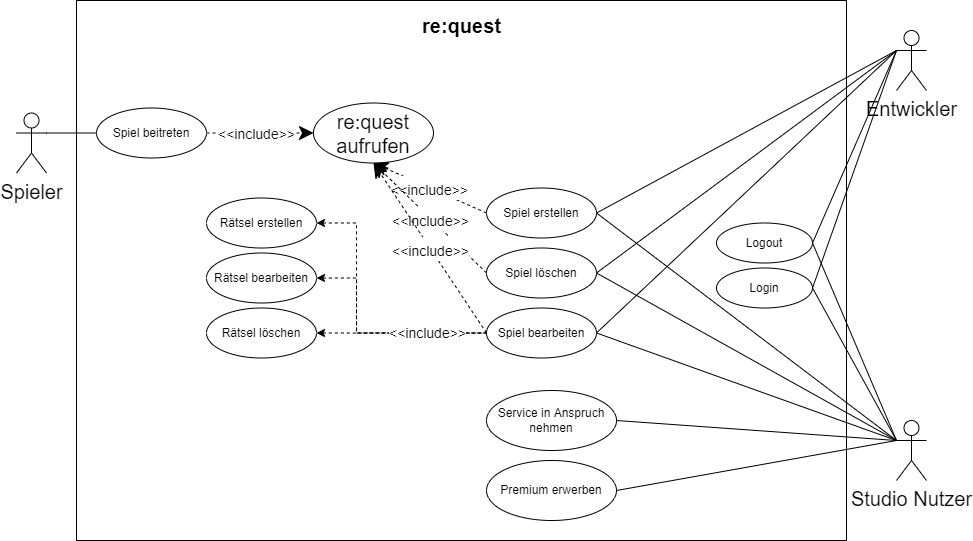
Above: first-uml-sketches/Mi2-6/Anwendungsfalldiagramm.png in re-quest-team/request (draw.io), before the change. Source tidied: cells renumbered, new cells last; positions are measured from the earlier drawing's top-left corner, leaving out a move shared by most shapes.
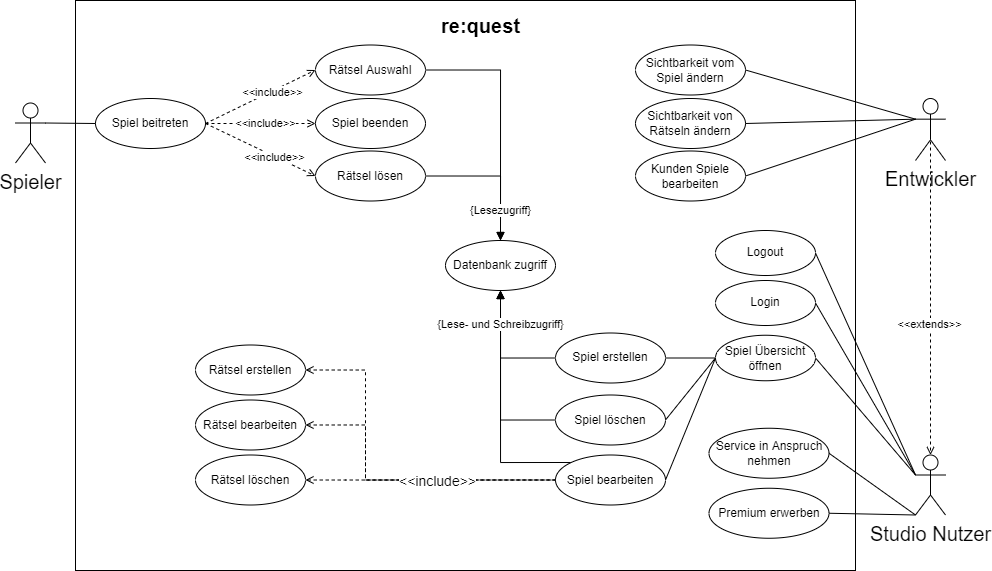
The same diagram one commit later.

What changed in the source:
```diff
@@ -3,135 +3,202 @@
     <mxCell id="0" />
     <mxCell id="1" parent="0" />
     <mxCell id="2" style="rounded=0;whiteSpace=wrap;html=1;" parent="1" vertex="1">
-      <mxGeometry x="60" width="770" height="540" as="geometry" />
+      <mxGeometry x="60" y="-290" width="780" height="570" as="geometry" />
     </mxCell>
     <mxCell id="3" value="Login" style="ellipse;whiteSpace=wrap;html=1;" parent="1" vertex="1">
-      <mxGeometry x="700" y="267.5" width="96" height="40" as="geometry" />
+      <mxGeometry x="700" y="-10" width="100" height="45" as="geometry" />
     </mxCell>
     <mxCell id="4" value="Logout" style="ellipse;whiteSpace=wrap;html=1;" parent="1" vertex="1">
-      <mxGeometry x="700" y="222.5" width="96" height="40" as="geometry" />
+      <mxGeometry x="700" y="-60" width="100" height="45" as="geometry" />
     </mxCell>
     <mxCell id="5" value="Spiel beitreten" style="ellipse;whiteSpace=wrap;html=1;" parent="1" vertex="1">
-      <mxGeometry x="80" y="107.5" width="110" height="50" as="geometry" />
+      <mxGeometry x="80" y="-192" width="110" height="50" as="geometry" />
     </mxCell>
     <mxCell id="6" value="re:quest" style="text;html=1;align=center;verticalAlign=middle;strokeColor=none;fillColor=none;fontSize=20;fontStyle=1;" parent="1" vertex="1">
-      <mxGeometry x="400" y="10" width="90" height="30" as="geometry" />
+      <mxGeometry x="420" y="-280" width="90" height="30" as="geometry" />
     </mxCell>
+    <mxCell id="40" style="edgeStyle=orthogonalEdgeStyle;rounded=0;jettySize=auto;html=1;exitX=0;exitY=0.5;exitDx=0;exitDy=0;startArrow=none;startFill=0;endArrow=block;endFill=1;" parent="1" edge="1" source="7" target="44">
+      <mxGeometry relative="1" as="geometry" />
+    </mxCell>
     <mxCell id="7" value="Spiel erstellen" style="ellipse;whiteSpace=wrap;html=1;" parent="1" vertex="1">
-      <mxGeometry x="470" y="187.5" width="110" height="50" as="geometry" />
+      <mxGeometry x="540" y="42.5" width="110" height="50" as="geometry" />
     </mxCell>
     <mxCell id="8" value="Spieler" style="shape=umlActor;verticalLabelPosition=bottom;verticalAlign=top;html=1;outlineConnect=0;fontSize=20;" parent="1" vertex="1">
-      <mxGeometry y="112.5" width="30" height="60" as="geometry" />
+      <mxGeometry y="-187.5" width="30" height="60" as="geometry" />
     </mxCell>
     <mxCell id="9" value="Entwickler" style="shape=umlActor;verticalLabelPosition=bottom;verticalAlign=top;html=1;outlineConnect=0;fontSize=20;" parent="1" vertex="1">
-      <mxGeometry x="880" y="30" width="30" height="60" as="geometry" />
+      <mxGeometry x="900" y="-192" width="30" height="62" as="geometry" />
     </mxCell>
     <mxCell id="10" value="Studio Nutzer" style="shape=umlActor;verticalLabelPosition=bottom;verticalAlign=top;html=1;outlineConnect=0;fontSize=20;" parent="1" vertex="1">
-      <mxGeometry x="880" y="420" width="30" height="60" as="geometry" />
+      <mxGeometry x="900" y="164.5" width="30" height="60" as="geometry" />
     </mxCell>
+    <mxCell id="41" style="edgeStyle=orthogonalEdgeStyle;rounded=0;jettySize=auto;html=1;exitX=0;exitY=0.5;exitDx=0;exitDy=0;entryX=0.5;entryY=1;entryDx=0;entryDy=0;startArrow=none;startFill=0;endArrow=block;endFill=1;" parent="1" edge="1" source="11" target="44">
+      <mxGeometry relative="1" as="geometry" />
+    </mxCell>
     <mxCell id="11" value="Spiel löschen" style="ellipse;whiteSpace=wrap;html=1;" parent="1" vertex="1">
-      <mxGeometry x="470" y="247.5" width="110" height="50" as="geometry" />
+      <mxGeometry x="540" y="104.5" width="110" height="50" as="geometry" />
     </mxCell>
+    <mxCell id="42" style="edgeStyle=orthogonalEdgeStyle;rounded=0;jettySize=auto;html=1;exitX=0;exitY=0;exitDx=0;exitDy=0;entryX=0.5;entryY=1;entryDx=0;entryDy=0;startArrow=none;startFill=0;endArrow=block;endFill=1;" parent="1" edge="1" source="12" target="44">
+      <mxGeometry relative="1" as="geometry">
+        <Array as="points">
+          <mxPoint x="485" y="172" />
+        </Array>
+      </mxGeometry>
+    </mxCell>
+    <mxCell id="43" value="{Lese- und Schreibzugriff}" style="edgeLabel;html=1;align=center;verticalAlign=middle;" parent="42" vertex="1">
+      <mxGeometry x="0.61" y="-1" relative="1" as="geometry">
+        <mxPoint x="-1" y="-14" as="offset" />
+      </mxGeometry>
+    </mxCell>
     <mxCell id="12" value="Spiel bearbeiten" style="ellipse;whiteSpace=wrap;html=1;" parent="1" vertex="1">
-      <mxGeometry x="470" y="307.5" width="110" height="50" as="geometry" />
+      <mxGeometry x="540" y="164.5" width="110" height="50" as="geometry" />
     </mxCell>
-    <mxCell id="13" style="edgeStyle=orthogonalEdgeStyle;rounded=0;jettySize=auto;html=1;exitX=1;exitY=0.5;exitDx=0;exitDy=0;dashed=1;fontSize=20;startArrow=classic;startFill=1;endArrow=none;endFill=0;entryX=0;entryY=0.5;entryDx=0;entryDy=0;" parent="1" edge="1" source="14" target="12">
+    <mxCell id="13" style="edgeStyle=orthogonalEdgeStyle;rounded=0;jettySize=auto;html=1;exitX=1;exitY=0.5;exitDx=0;exitDy=0;dashed=1;fontSize=20;startArrow=open;startFill=0;endArrow=none;endFill=0;entryX=0;entryY=0.5;entryDx=0;entryDy=0;" parent="1" edge="1" source="14" target="12">
       <mxGeometry relative="1" as="geometry">
         <Array as="points">
-          <mxPoint x="340" y="222.5" />
-          <mxPoint x="340" y="332.5" />
+          <mxPoint x="350" y="80" />
+          <mxPoint x="350" y="190" />
         </Array>
       </mxGeometry>
     </mxCell>
     <mxCell id="14" value="Rätsel erstellen" style="ellipse;whiteSpace=wrap;html=1;" parent="1" vertex="1">
-      <mxGeometry x="190" y="197.5" width="110" height="50" as="geometry" />
+      <mxGeometry x="180" y="54.5" width="110" height="50" as="geometry" />
     </mxCell>
-    <mxCell id="15" style="edgeStyle=orthogonalEdgeStyle;rounded=0;jettySize=auto;html=1;exitX=1;exitY=0.5;exitDx=0;exitDy=0;fontSize=20;startArrow=classic;startFill=1;endArrow=none;endFill=0;dashed=1;entryX=0;entryY=0.5;entryDx=0;entryDy=0;" parent="1" edge="1" source="16" target="12">
+    <mxCell id="15" style="edgeStyle=orthogonalEdgeStyle;rounded=0;jettySize=auto;html=1;exitX=1;exitY=0.5;exitDx=0;exitDy=0;fontSize=20;startArrow=open;startFill=0;endArrow=none;endFill=0;dashed=1;entryX=0;entryY=0.5;entryDx=0;entryDy=0;" parent="1" edge="1" source="16" target="12">
       <mxGeometry relative="1" as="geometry">
         <Array as="points">
-          <mxPoint x="340" y="277.5" />
-          <mxPoint x="340" y="332.5" />
+          <mxPoint x="350" y="134" />
+          <mxPoint x="350" y="190" />
         </Array>
       </mxGeometry>
     </mxCell>
     <mxCell id="16" value="Rätsel bearbeiten" style="ellipse;whiteSpace=wrap;html=1;" parent="1" vertex="1">
-      <mxGeometry x="190" y="252.5" width="110" height="50" as="geometry" />
+      <mxGeometry x="180" y="109.5" width="110" height="50" as="geometry" />
     </mxCell>
-    <mxCell id="17" style="edgeStyle=orthogonalEdgeStyle;rounded=0;jettySize=auto;html=1;exitX=1;exitY=0.5;exitDx=0;exitDy=0;dashed=1;fontSize=20;startArrow=classic;startFill=1;endArrow=none;endFill=0;entryX=0;entryY=0.5;entryDx=0;entryDy=0;" parent="1" edge="1" source="19" target="12">
+    <mxCell id="17" style="edgeStyle=orthogonalEdgeStyle;rounded=0;jettySize=auto;html=1;exitX=1;exitY=0.5;exitDx=0;exitDy=0;dashed=1;fontSize=20;startArrow=open;startFill=0;endArrow=none;endFill=0;entryX=0;entryY=0.5;entryDx=0;entryDy=0;" parent="1" edge="1" source="19" target="12">
       <mxGeometry relative="1" as="geometry">
         <Array as="points">
-          <mxPoint x="430" y="332.5" />
-          <mxPoint x="430" y="332.5" />
+          <mxPoint x="330" y="190" />
+          <mxPoint x="330" y="190" />
         </Array>
       </mxGeometry>
     </mxCell>
     <mxCell id="18" value="&amp;lt;&amp;lt;include&amp;gt;&amp;gt;" style="edgeLabel;html=1;align=center;verticalAlign=middle;fontSize=14;" parent="17" vertex="1">
       <mxGeometry x="0.66" relative="1" as="geometry">
-        <mxPoint x="-31" as="offset" />
+        <mxPoint x="-77" y="1" as="offset" />
       </mxGeometry>
     </mxCell>
     <mxCell id="19" value="Rätsel löschen" style="ellipse;whiteSpace=wrap;html=1;" parent="1" vertex="1">
-      <mxGeometry x="190" y="307.5" width="110" height="50" as="geometry" />
+      <mxGeometry x="180" y="164.5" width="110" height="50" as="geometry" />
     </mxCell>
     <mxCell id="20" value="Premium erwerben" style="ellipse;whiteSpace=wrap;html=1;" parent="1" vertex="1">
-      <mxGeometry x="470" y="460" width="130" height="60" as="geometry" />
+      <mxGeometry x="693.5" y="197.8" width="120" height="50" as="geometry" />
     </mxCell>
     <mxCell id="21" value="Service in Anspruch nehmen" style="ellipse;whiteSpace=wrap;html=1;" parent="1" vertex="1">
-      <mxGeometry x="470" y="390" width="130" height="60" as="geometry" />
+      <mxGeometry x="693.5" y="137.8" width="120" height="50" as="geometry" />
     </mxCell>
-    <mxCell id="22" value="re:quest aufrufen" style="ellipse;whiteSpace=wrap;html=1;fontSize=20;" parent="1" vertex="1">
-      <mxGeometry x="297" y="102.5" width="120" height="60" as="geometry" />
-    </mxCell>
     <mxCell id="23" style="endArrow=none;html=1;rounded=0;fontSize=20;exitX=0;exitY=0.5;exitDx=0;exitDy=0;entryX=1;entryY=0.3333333333333333;entryDx=0;entryDy=0;entryPerimeter=0;" parent="1" edge="1" source="5" target="8">
       <mxGeometry relative="1" as="geometry" />
     </mxCell>
-    <mxCell id="24" value="&lt;font style=&quot;font-size: 14px&quot;&gt;&amp;lt;&amp;lt;include&amp;gt;&amp;gt;&lt;/font&gt;" style="endArrow=classic;endSize=12;dashed=1;html=1;rounded=0;fontSize=20;exitX=1;exitY=0.5;exitDx=0;exitDy=0;endFill=1;entryX=0;entryY=0.5;entryDx=0;entryDy=0;" parent="1" edge="1" source="5" target="22">
-      <mxGeometry x="-0.07" y="2" relative="1" as="geometry" />
-    </mxCell>
-    <mxCell id="25" value="&lt;font style=&quot;font-size: 14px&quot;&gt;&amp;lt;&amp;lt;include&amp;gt;&amp;gt;&lt;/font&gt;" style="endArrow=classic;endSize=12;dashed=1;html=1;rounded=0;fontSize=20;exitX=0;exitY=0.5;exitDx=0;exitDy=0;entryX=0.5;entryY=1;entryDx=0;entryDy=0;endFill=1;" parent="1" edge="1" source="7" target="22">
-      <mxGeometry relative="1" as="geometry" />
-    </mxCell>
-    <mxCell id="26" value="&lt;font style=&quot;font-size: 14px&quot;&gt;&amp;lt;&amp;lt;include&amp;gt;&amp;gt;&lt;/font&gt;" style="endArrow=classic;endSize=12;dashed=1;html=1;rounded=0;fontSize=20;exitX=0;exitY=0.5;exitDx=0;exitDy=0;entryX=0.5;entryY=1;entryDx=0;entryDy=0;endFill=1;" parent="1" edge="1" source="11" target="22">
-      <mxGeometry relative="1" as="geometry" />
-    </mxCell>
-    <mxCell id="27" value="&lt;font style=&quot;font-size: 14px&quot;&gt;&amp;lt;&amp;lt;include&amp;gt;&amp;gt;&lt;/font&gt;" style="endArrow=classic;endSize=12;dashed=1;html=1;rounded=0;fontSize=20;exitX=0;exitY=0.5;exitDx=0;exitDy=0;entryX=0.5;entryY=1;entryDx=0;entryDy=0;endFill=1;" parent="1" edge="1" source="12" target="22">
-      <mxGeometry relative="1" as="geometry" />
-    </mxCell>
-    <mxCell id="28" style="endArrow=none;html=1;rounded=0;fontSize=14;exitX=1;exitY=0.5;exitDx=0;exitDy=0;entryX=0;entryY=0.3333333333333333;entryDx=0;entryDy=0;entryPerimeter=0;" parent="1" edge="1" source="7" target="9">
-      <mxGeometry relative="1" as="geometry" />
-    </mxCell>
-    <mxCell id="29" style="endArrow=none;html=1;rounded=0;fontSize=14;exitX=1;exitY=0.5;exitDx=0;exitDy=0;entryX=0;entryY=0.3333333333333333;entryDx=0;entryDy=0;entryPerimeter=0;" parent="1" edge="1" source="11" target="9">
-      <mxGeometry relative="1" as="geometry" />
-    </mxCell>
-    <mxCell id="30" style="endArrow=none;html=1;rounded=0;fontSize=14;exitX=1;exitY=0.5;exitDx=0;exitDy=0;entryX=0;entryY=0.3333333333333333;entryDx=0;entryDy=0;entryPerimeter=0;" parent="1" edge="1" source="12" target="9">
-      <mxGeometry relative="1" as="geometry" />
-    </mxCell>
-    <mxCell id="31" style="endArrow=none;html=1;rounded=0;fontSize=14;exitX=1;exitY=0.5;exitDx=0;exitDy=0;entryX=0;entryY=0.3333333333333333;entryDx=0;entryDy=0;entryPerimeter=0;" parent="1" edge="1" source="7" target="10">
+    <mxCell id="31" style="endArrow=none;html=1;rounded=0;fontSize=14;exitX=1;exitY=0.5;exitDx=0;exitDy=0;entryX=0;entryY=0.5;entryDx=0;entryDy=0;" parent="1" edge="1" source="7" target="65">
       <mxGeometry relative="1" as="geometry" />
     </mxCell>
-    <mxCell id="32" style="endArrow=none;html=1;rounded=0;fontSize=14;exitX=1;exitY=0.5;exitDx=0;exitDy=0;entryX=0;entryY=0.3333333333333333;entryDx=0;entryDy=0;entryPerimeter=0;" parent="1" edge="1" source="12" target="10">
+    <mxCell id="32" style="endArrow=none;html=1;rounded=0;fontSize=14;exitX=1;exitY=0.5;exitDx=0;exitDy=0;entryX=0;entryY=0.3333333333333333;entryDx=0;entryDy=0;entryPerimeter=0;" parent="1" edge="1" source="65" target="10">
       <mxGeometry relative="1" as="geometry" />
     </mxCell>
-    <mxCell id="33" style="endArrow=none;html=1;rounded=0;fontSize=14;exitX=1;exitY=0.5;exitDx=0;exitDy=0;entryX=0;entryY=0.3333333333333333;entryDx=0;entryDy=0;entryPerimeter=0;" parent="1" edge="1" source="11" target="10">
+    <mxCell id="33" style="endArrow=none;html=1;rounded=0;fontSize=14;exitX=1;exitY=0.5;exitDx=0;exitDy=0;entryX=0;entryY=0.5;entryDx=0;entryDy=0;" parent="1" edge="1" source="11" target="65">
       <mxGeometry relative="1" as="geometry" />
     </mxCell>
-    <mxCell id="34" style="endArrow=none;html=1;rounded=0;fontSize=14;exitX=1;exitY=0.5;exitDx=0;exitDy=0;entryX=0;entryY=0.3333333333333333;entryDx=0;entryDy=0;entryPerimeter=0;" parent="1" edge="1" source="21" target="10">
+    <mxCell id="34" style="endArrow=none;html=1;rounded=0;fontSize=14;exitX=1;exitY=0.5;exitDx=0;exitDy=0;entryX=0;entryY=1;entryDx=0;entryDy=0;entryPerimeter=0;" parent="1" edge="1" source="21" target="10">
       <mxGeometry relative="1" as="geometry" />
     </mxCell>
-    <mxCell id="35" style="endArrow=none;html=1;rounded=0;fontSize=14;exitX=1;exitY=0.5;exitDx=0;exitDy=0;entryX=0;entryY=0.3333333333333333;entryDx=0;entryDy=0;entryPerimeter=0;" parent="1" edge="1" source="20" target="10">
+    <mxCell id="35" style="endArrow=none;html=1;rounded=0;fontSize=14;exitX=1;exitY=0.5;exitDx=0;exitDy=0;entryX=0;entryY=1;entryDx=0;entryDy=0;entryPerimeter=0;" parent="1" edge="1" source="20" target="10">
       <mxGeometry relative="1" as="geometry" />
     </mxCell>
-    <mxCell id="36" style="endArrow=none;html=1;rounded=0;fontSize=14;exitX=1;exitY=0.5;exitDx=0;exitDy=0;entryX=0;entryY=0.3333333333333333;entryDx=0;entryDy=0;entryPerimeter=0;" parent="1" edge="1" source="4" target="9">
-      <mxGeometry relative="1" as="geometry" />
-    </mxCell>
     <mxCell id="37" style="endArrow=none;html=1;rounded=0;fontSize=14;exitX=1;exitY=0.5;exitDx=0;exitDy=0;entryX=0;entryY=0.3333333333333333;entryDx=0;entryDy=0;entryPerimeter=0;" parent="1" edge="1" source="3" target="10">
       <mxGeometry relative="1" as="geometry" />
     </mxCell>
-    <mxCell id="38" style="endArrow=none;html=1;rounded=0;fontSize=14;exitX=1;exitY=0.5;exitDx=0;exitDy=0;entryX=0;entryY=0.3333333333333333;entryDx=0;entryDy=0;entryPerimeter=0;" parent="1" edge="1" source="3" target="9">
-      <mxGeometry relative="1" as="geometry" />
-    </mxCell>
     <mxCell id="39" style="endArrow=none;html=1;rounded=0;fontSize=14;exitX=1;exitY=0.5;exitDx=0;exitDy=0;entryX=0;entryY=0.3333333333333333;entryDx=0;entryDy=0;entryPerimeter=0;" parent="1" edge="1" source="4" target="10">
       <mxGeometry relative="1" as="geometry" />
     </mxCell>
+    <mxCell id="44" value="Datenbank zugriff" style="ellipse;whiteSpace=wrap;html=1;" parent="1" vertex="1">
+      <mxGeometry x="430" y="-50" width="110" height="50" as="geometry" />
+    </mxCell>
+    <mxCell id="45" style="edgeStyle=orthogonalEdgeStyle;rounded=0;jettySize=auto;html=1;exitX=1;exitY=0.5;exitDx=0;exitDy=0;startArrow=none;startFill=0;endArrow=block;endFill=1;entryX=0.5;entryY=0;entryDx=0;entryDy=0;" parent="1" edge="1" source="46" target="44">
+      <mxGeometry relative="1" as="geometry">
+        <Array as="points">
+          <mxPoint x="485" y="-220" />
+        </Array>
+      </mxGeometry>
+    </mxCell>
+    <mxCell id="46" value="Rätsel Auswahl" style="ellipse;whiteSpace=wrap;html=1;" parent="1" vertex="1">
+      <mxGeometry x="300" y="-245.5" width="110" height="50" as="geometry" />
+    </mxCell>
+    <mxCell id="47" style="edgeStyle=orthogonalEdgeStyle;rounded=0;jettySize=auto;html=1;exitX=1;exitY=0.5;exitDx=0;exitDy=0;startArrow=none;startFill=0;endArrow=block;endFill=1;" parent="1" edge="1" source="49" target="44">
+      <mxGeometry relative="1" as="geometry" />
+    </mxCell>
+    <mxCell id="48" value="{Lesezugriff}" style="edgeLabel;html=1;align=center;verticalAlign=middle;" parent="47" vertex="1">
+      <mxGeometry x="0.64" y="-2" relative="1" as="geometry">
+        <mxPoint x="2" y="-5" as="offset" />
+      </mxGeometry>
+    </mxCell>
+    <mxCell id="49" value="Rätsel lösen" style="ellipse;whiteSpace=wrap;html=1;" parent="1" vertex="1">
+      <mxGeometry x="300" y="-139.5" width="110" height="50" as="geometry" />
+    </mxCell>
+    <mxCell id="50" value="Spiel beenden" style="ellipse;whiteSpace=wrap;html=1;" parent="1" vertex="1">
+      <mxGeometry x="300" y="-192" width="110" height="50" as="geometry" />
+    </mxCell>
+    <mxCell id="51" style="endArrow=open;dashed=1;html=1;rounded=0;exitX=1;exitY=0.5;exitDx=0;exitDy=0;entryX=0;entryY=0.5;entryDx=0;entryDy=0;endFill=0;" parent="1" edge="1" source="5" target="46">
+      <mxGeometry relative="1" as="geometry" />
+    </mxCell>
+    <mxCell id="52" value="&amp;lt;&amp;lt;include&amp;gt;&amp;gt;" style="edgeLabel;html=1;align=center;verticalAlign=middle;" parent="51" vertex="1">
+      <mxGeometry x="0.2" y="-1" relative="1" as="geometry" />
+    </mxCell>
+    <mxCell id="53" style="endArrow=open;dashed=1;html=1;rounded=0;exitX=1;exitY=0.5;exitDx=0;exitDy=0;entryX=0;entryY=0.5;entryDx=0;entryDy=0;endFill=0;" parent="1" edge="1" source="5" target="50">
+      <mxGeometry relative="1" as="geometry" />
+    </mxCell>
+    <mxCell id="54" value="&amp;lt;&amp;lt;include&amp;gt;&amp;gt;" style="edgeLabel;html=1;align=center;verticalAlign=middle;" parent="53" vertex="1">
+      <mxGeometry x="0.2" y="-1" relative="1" as="geometry">
+        <mxPoint x="-6" y="-1" as="offset" />
+      </mxGeometry>
+    </mxCell>
+    <mxCell id="55" style="endArrow=open;dashed=1;html=1;rounded=0;exitX=1;exitY=0.5;exitDx=0;exitDy=0;entryX=0;entryY=0.5;entryDx=0;entryDy=0;endFill=0;" parent="1" edge="1" source="5" target="49">
+      <mxGeometry relative="1" as="geometry" />
+    </mxCell>
+    <mxCell id="56" value="&amp;lt;&amp;lt;include&amp;gt;&amp;gt;" style="edgeLabel;html=1;align=center;verticalAlign=middle;" parent="55" vertex="1">
+      <mxGeometry x="0.26" relative="1" as="geometry">
+        <mxPoint y="1" as="offset" />
+      </mxGeometry>
+    </mxCell>
+    <mxCell id="57" style="endArrow=open;dashed=1;html=1;rounded=0;exitX=0.5;exitY=0.5;exitDx=0;exitDy=0;entryX=0.5;entryY=0;entryDx=0;entryDy=0;endFill=0;exitPerimeter=0;entryPerimeter=0;" parent="1" edge="1" source="9" target="10">
+      <mxGeometry relative="1" as="geometry" />
+    </mxCell>
+    <mxCell id="58" value="&amp;lt;&amp;lt;extends&amp;gt;&amp;gt;" style="edgeLabel;html=1;align=center;verticalAlign=middle;" parent="57" vertex="1">
+      <mxGeometry x="0.2" y="-1" relative="1" as="geometry" />
+    </mxCell>
+    <mxCell id="59" value="Sichtbarkeit vom Spiel ändern" style="ellipse;whiteSpace=wrap;html=1;" parent="1" vertex="1">
+      <mxGeometry x="620" y="-245.5" width="110" height="50" as="geometry" />
+    </mxCell>
+    <mxCell id="60" value="Sichtbarkeit von Rätseln ändern" style="ellipse;whiteSpace=wrap;html=1;" parent="1" vertex="1">
+      <mxGeometry x="620" y="-192" width="110" height="50" as="geometry" />
+    </mxCell>
+    <mxCell id="61" value="Kunden Spiele bearbeiten" style="ellipse;whiteSpace=wrap;html=1;" parent="1" vertex="1">
+      <mxGeometry x="620" y="-139.5" width="110" height="50" as="geometry" />
+    </mxCell>
+    <mxCell id="62" style="endArrow=none;html=1;rounded=0;exitX=1;exitY=0.5;exitDx=0;exitDy=0;entryX=0;entryY=0.3333333333333333;entryDx=0;entryDy=0;entryPerimeter=0;" parent="1" edge="1" source="61" target="9">
+      <mxGeometry relative="1" as="geometry" />
+    </mxCell>
+    <mxCell id="63" style="endArrow=none;html=1;rounded=0;exitX=1;exitY=0.5;exitDx=0;exitDy=0;entryX=0;entryY=0.3333333333333333;entryDx=0;entryDy=0;entryPerimeter=0;" parent="1" edge="1" source="60" target="9">
+      <mxGeometry relative="1" as="geometry" />
+    </mxCell>
+    <mxCell id="64" style="endArrow=none;html=1;rounded=0;exitX=1;exitY=0.5;exitDx=0;exitDy=0;entryX=0;entryY=0.3333333333333333;entryDx=0;entryDy=0;entryPerimeter=0;" parent="1" edge="1" source="59" target="9">
+      <mxGeometry relative="1" as="geometry" />
+    </mxCell>
+    <mxCell id="65" value="Spiel Übersicht öffnen" style="ellipse;whiteSpace=wrap;html=1;" parent="1" vertex="1">
+      <mxGeometry x="700" y="44.8" width="100" height="45.5" as="geometry" />
+    </mxCell>
+    <mxCell id="66" style="endArrow=none;html=1;rounded=0;fontSize=14;exitX=1;exitY=0.5;exitDx=0;exitDy=0;entryX=0;entryY=0.5;entryDx=0;entryDy=0;" parent="1" edge="1" source="12" target="65">
+      <mxGeometry relative="1" as="geometry" />
+    </mxCell>
   </root>
 </mxGraphModel>
```
